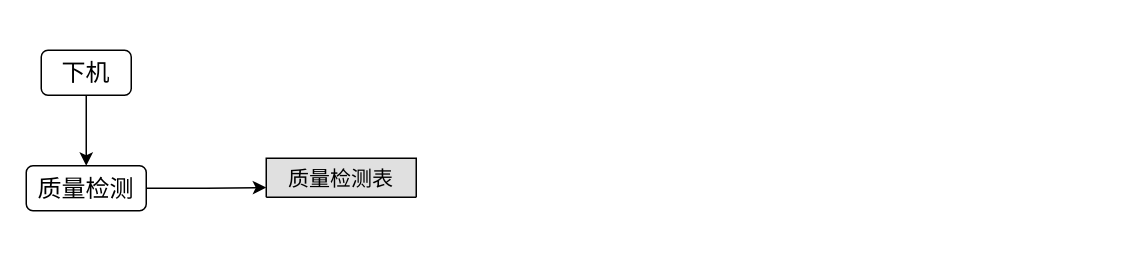
Above: doc/FlowChat.drawio in lry198010/SangerSequenceAnalysis (draw.io), before the change. Source tidied: cells renumbered, new cells numbered last; positions are measured from the earlier drawing's top-left corner, leaving out a move shared by most shapes. Both pictures are drawn from the tidied source at 150%, with x=0, y=0 at pixel (26, 50).
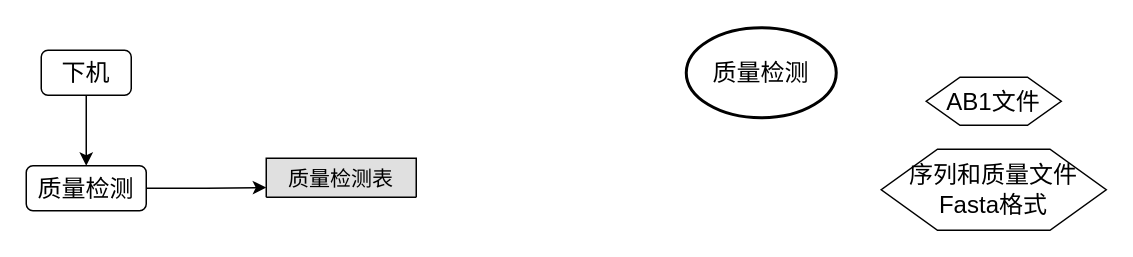
The same page after the edit.

Commit message:
Add workFlow of Quality Checking process in FlowChat.drawio

What changed in the source:
```diff
@@
 <mxGraphModel>
   <root>
     <mxCell id="0" />
     <mxCell id="1" parent="0" />
     <mxCell id="2" style="edgeStyle=orthogonalEdgeStyle;rounded=0;jettySize=auto;html=1;fontSize=16;" parent="1" edge="1" source="3" target="5">
       <mxGeometry relative="1" as="geometry" />
     </mxCell>
     <mxCell id="3" value="下机" style="rounded=1;whiteSpace=wrap;html=1;fontSize=16;" parent="1" vertex="1">
       <mxGeometry x="10" width="60" height="30" as="geometry" />
     </mxCell>
     <mxCell id="4" style="edgeStyle=orthogonalEdgeStyle;rounded=0;jettySize=auto;html=1;fontSize=16;entryX=0;entryY=0.75;entryDx=0;entryDy=0;" parent="1" edge="1" source="5" target="6">
       <mxGeometry relative="1" as="geometry" />
     </mxCell>
     <mxCell id="5" value="质量检测" style="rounded=1;whiteSpace=wrap;html=1;fontSize=16;" parent="1" vertex="1">
       <mxGeometry y="77" width="80" height="30" as="geometry" />
     </mxCell>
     <mxCell id="6" value="质量检测表" style="swimlane;fontStyle=0;horizontal=1;startSize=26;fillColor=#e0e0e0;swimlaneFillColor=#ffffff;align=center;fontSize=14;" parent="1" vertex="1" collapsed="1">
       <mxGeometry x="160" y="72" width="100" height="26" as="geometry" />
     </mxCell>
+    <mxCell id="7" value="质量检测" style="strokeWidth=2;html=1;shape=mxgraph.flowchart.start_1;whiteSpace=wrap;fontSize=16;" parent="1" vertex="1">
+      <mxGeometry x="440" y="-15" width="100" height="60" as="geometry" />
+    </mxCell>
+    <mxCell id="8" value="AB1文件" style="shape=hexagon;perimeter=hexagonPerimeter2;whiteSpace=wrap;html=1;fontSize=16;" parent="1" vertex="1">
+      <mxGeometry x="600" y="18" width="90" height="32" as="geometry" />
+    </mxCell>
+    <mxCell id="9" value="序列和质量文件&lt;br&gt;Fasta格式" style="shape=hexagon;perimeter=hexagonPerimeter2;whiteSpace=wrap;html=1;fontSize=16;" parent="1" vertex="1">
+      <mxGeometry x="570" y="66" width="150" height="54" as="geometry" />
+    </mxCell>
   </root>
 </mxGraphModel>
```
